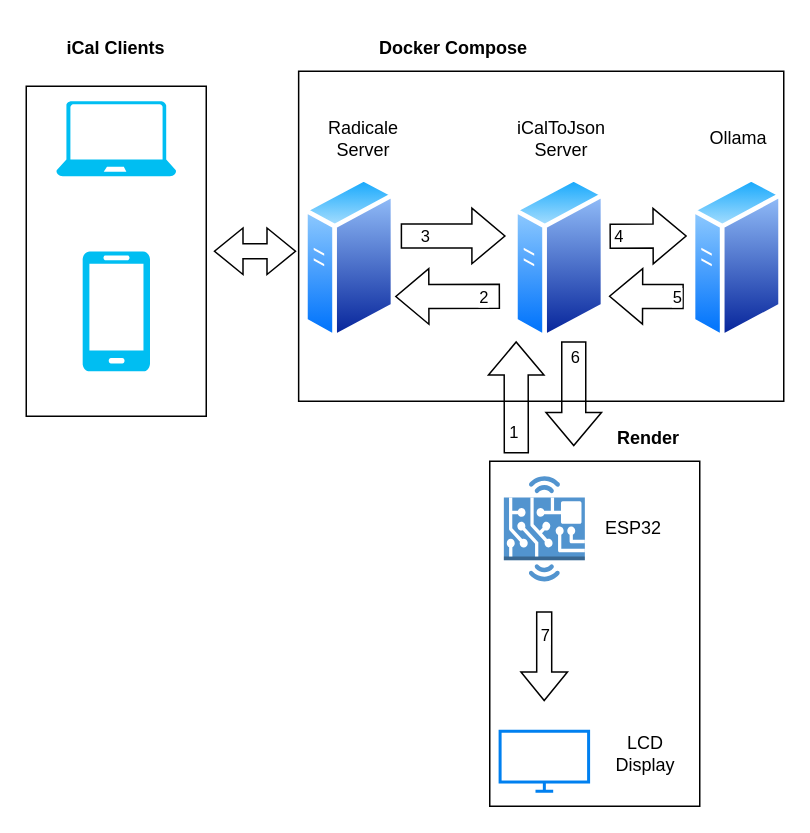
Anthony-McDonald/Important-Eventer keeps this draw.io diagram as images/architecture-diagram.drawio. Above is the earlier version. Source tidied: cells renumbered, new cells numbered last; positions are measured from the earlier drawing's top-left corner, leaving out a move shared by most shapes. Both pictures are drawn from the tidied source at 150%, with x=0, y=0 at pixel (26, 26).
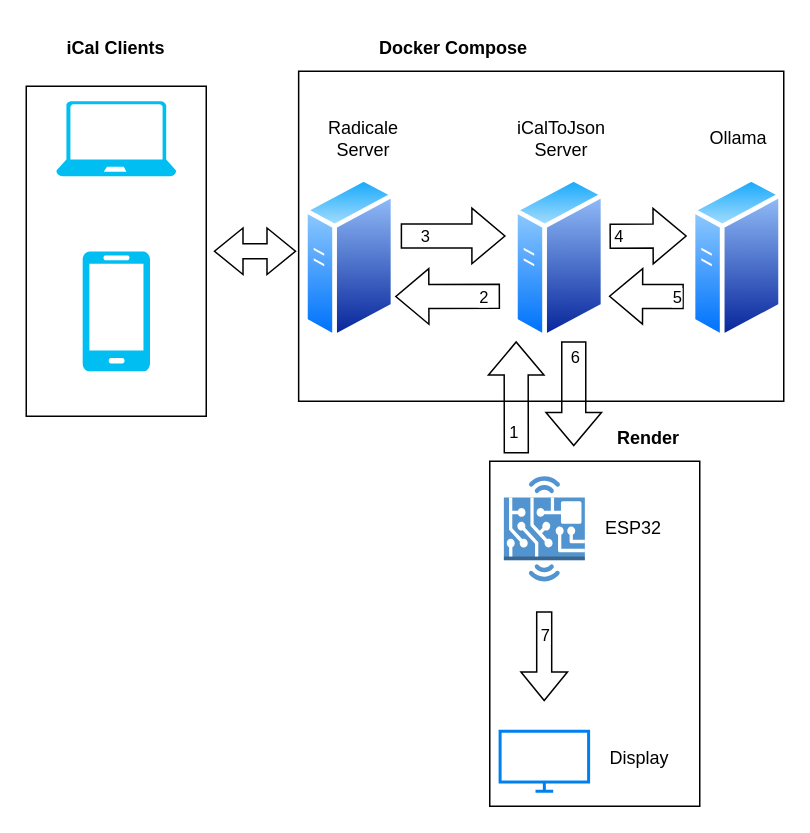
Above is the later version.

Commit message (it also covers changes not shown here):
making display generic in diagram

Change to the diagram source:
```diff
@@
-    <mxCell id="22" value="&lt;div&gt;LCD&lt;/div&gt;&lt;div&gt;Display&lt;/div&gt;" style="text;html=1;whiteSpace=wrap;strokeColor=none;fillColor=none;align=center;verticalAlign=middle;rounded=0;" parent="1" vertex="1">
-      <mxGeometry x="383.4" y="470" width="60" height="30" as="geometry" />
+    <mxCell id="22" value="&lt;br&gt;&lt;div&gt;Display&lt;/div&gt;" style="text;html=1;whiteSpace=wrap;strokeColor=none;fillColor=none;align=center;verticalAlign=middle;rounded=0;" parent="1" vertex="1">
+      <mxGeometry x="379" y="470" width="60" height="20" as="geometry" />
     </mxCell>
```
